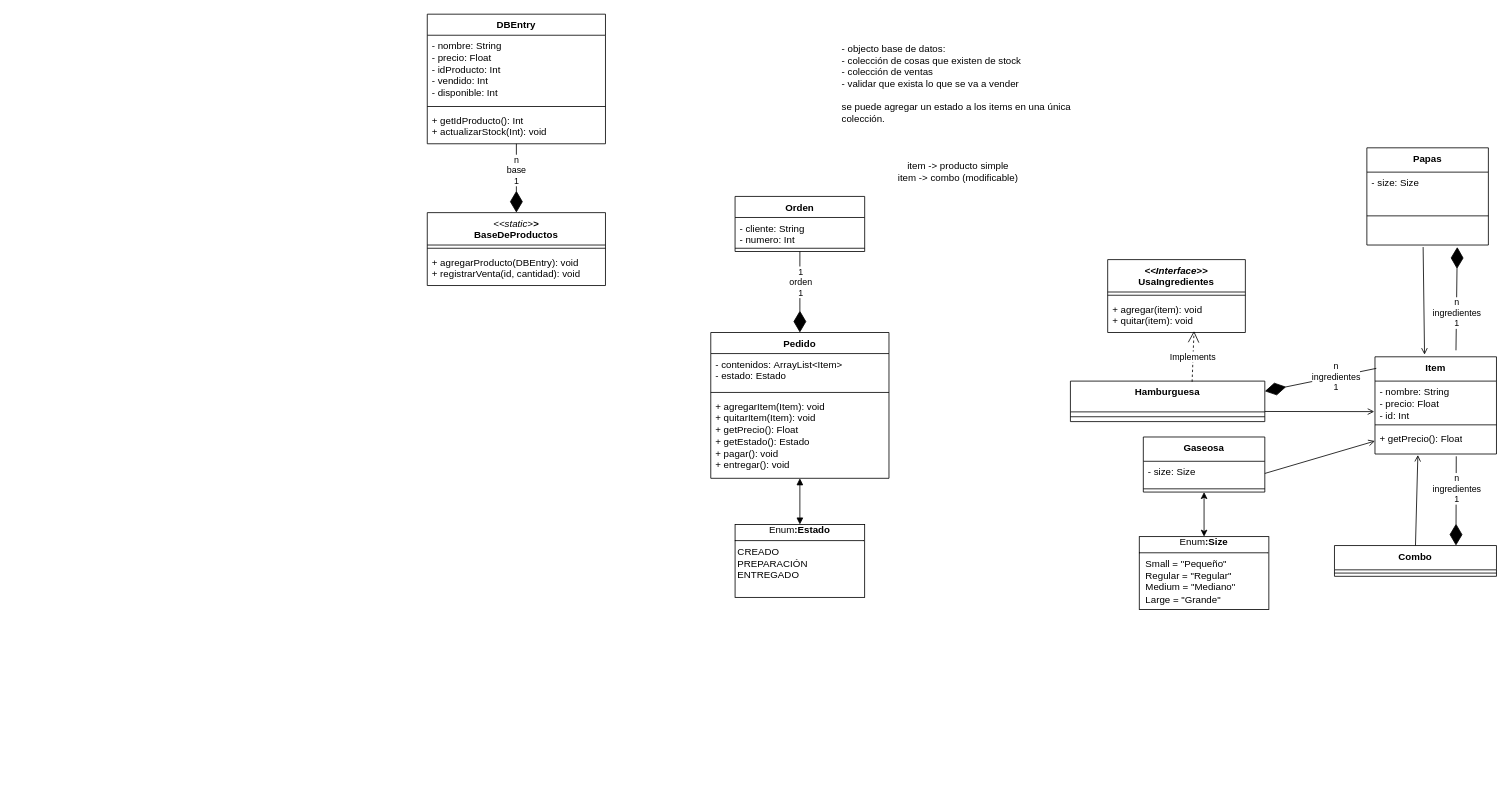
Earlier version of the draw.io diagram uml.drawio (Zasa-san/inspt-programacion2). Source tidied: cells renumbered, new cells numbered last; positions are measured from the earlier drawing's top-left corner, leaving out a move shared by most shapes. Both pictures are drawn from the tidied source at 81%, with x=0, y=0 at pixel (427, 14).
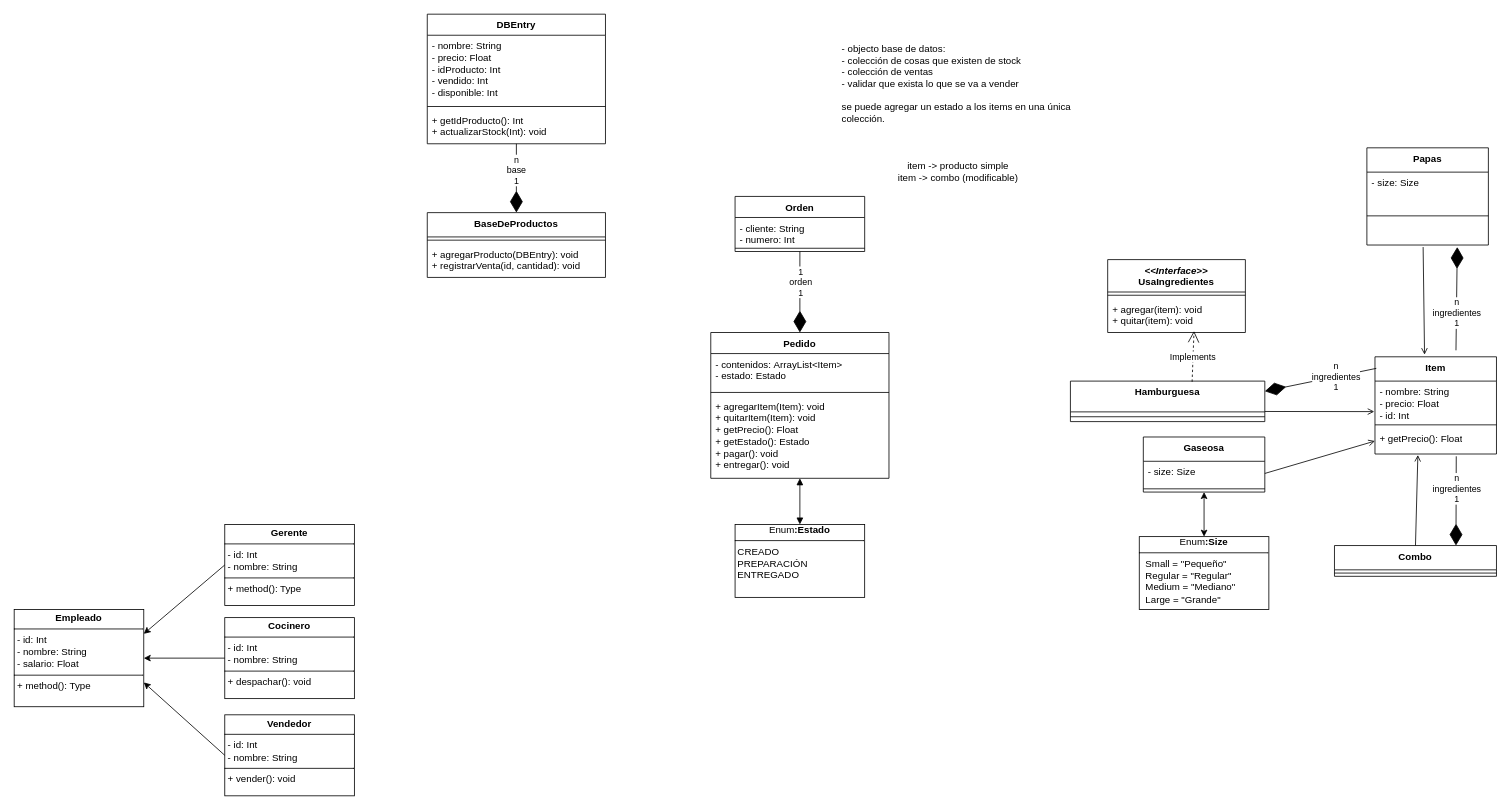
Above is the later version.

Diff of the diagram source:
```diff
@@
-    <mxCell id="46" value="&lt;div&gt;&lt;i&gt;&lt;span style=&quot;font-weight: normal;&quot;&gt;&amp;lt;&amp;lt;static&amp;gt;&lt;/span&gt;&amp;gt;&lt;/i&gt;&lt;/div&gt;&lt;div&gt;BaseDeProductos&lt;/div&gt;" style="swimlane;fontStyle=1;align=center;verticalAlign=top;horizontal=1;startSize=40;whiteSpace=wrap;html=1;" parent="1" vertex="1">
-      <mxGeometry y="245" width="220" height="90" as="geometry" />
+    <mxCell id="46" value="&lt;div&gt;BaseDeProductos&lt;/div&gt;" style="swimlane;fontStyle=1;align=center;verticalAlign=top;horizontal=1;startSize=30;whiteSpace=wrap;html=1;" parent="1" vertex="1">
+      <mxGeometry y="245" width="220" height="80" as="geometry" />
     </mxCell>
     <mxCell id="47" style="line;strokeWidth=1;fillColor=none;align=left;verticalAlign=middle;spacingTop=-1;spacingLeft=3;spacingRight=3;labelPosition=right;strokeColor=inherit;" parent="46" vertex="1">
-      <mxGeometry y="40" width="220" height="8" as="geometry" />
+      <mxGeometry y="30" width="220" height="8" as="geometry" />
     </mxCell>
     <mxCell id="48" value="&lt;div&gt;+ agregarProducto(DBEntry): void&lt;/div&gt;&lt;div&gt;+ registrarVenta(id, cantidad): void&lt;/div&gt;" style="text;strokeColor=none;fillColor=none;align=left;verticalAlign=top;spacingLeft=4;spacingRight=4;overflow=hidden;whiteSpace=wrap;html=1;" parent="46" vertex="1">
-      <mxGeometry y="48" width="220" height="42" as="geometry" />
+      <mxGeometry y="38" width="220" height="42" as="geometry" />
     </mxCell>
@@
+    <mxCell id="54" value="&lt;p style=&quot;margin:0px;margin-top:4px;text-align:center;&quot;&gt;Gerente&lt;/p&gt;&lt;hr style=&quot;border-style:solid;&quot; size=&quot;1&quot;&gt;&lt;p style=&quot;margin:0px;margin-left:4px;&quot;&gt;&lt;span style=&quot;font-weight: normal;&quot;&gt;- id: Int&lt;/span&gt;&lt;/p&gt;&lt;p style=&quot;margin:0px;margin-left:4px;&quot;&gt;&lt;span style=&quot;font-weight: normal;&quot;&gt;- nombre: String&lt;/span&gt;&lt;/p&gt;&lt;hr style=&quot;border-style:solid;&quot; size=&quot;1&quot;&gt;&lt;p style=&quot;margin:0px;margin-left:4px;&quot;&gt;&lt;span style=&quot;font-weight: normal;&quot;&gt;+ method(): Type&lt;/span&gt;&lt;/p&gt;" style="verticalAlign=top;align=left;overflow=fill;html=1;whiteSpace=wrap;fontStyle=1;" parent="1" vertex="1">
+      <mxGeometry x="-250" y="630" width="160" height="100" as="geometry" />
+    </mxCell>
+    <mxCell id="55" value="&lt;p style=&quot;margin:0px;margin-top:4px;text-align:center;&quot;&gt;&lt;b&gt;Empleado&lt;/b&gt;&lt;/p&gt;&lt;hr size=&quot;1&quot; style=&quot;border-style:solid;&quot;&gt;&lt;p style=&quot;margin:0px;margin-left:4px;&quot;&gt;- id: Int&lt;/p&gt;&lt;p style=&quot;margin:0px;margin-left:4px;&quot;&gt;- nombre: String&lt;/p&gt;&lt;p style=&quot;margin:0px;margin-left:4px;&quot;&gt;- salario: Float&lt;/p&gt;&lt;hr size=&quot;1&quot; style=&quot;border-style:solid;&quot;&gt;&lt;p style=&quot;margin:0px;margin-left:4px;&quot;&gt;+ method(): Type&lt;/p&gt;" style="verticalAlign=top;align=left;overflow=fill;html=1;whiteSpace=wrap;" parent="1" vertex="1">
+      <mxGeometry x="-510" y="735" width="160" height="120" as="geometry" />
+    </mxCell>
+    <mxCell id="56" value="&lt;p style=&quot;margin:0px;margin-top:4px;text-align:center;&quot;&gt;&lt;b&gt;Cocinero&lt;/b&gt;&lt;/p&gt;&lt;hr size=&quot;1&quot; style=&quot;border-style:solid;&quot;&gt;&lt;p style=&quot;margin:0px;margin-left:4px;&quot;&gt;- id: Int&lt;/p&gt;&lt;p style=&quot;margin:0px;margin-left:4px;&quot;&gt;- nombre: String&lt;/p&gt;&lt;hr size=&quot;1&quot; style=&quot;border-style:solid;&quot;&gt;&lt;p style=&quot;margin:0px;margin-left:4px;&quot;&gt;+ despachar(): void&lt;/p&gt;" style="verticalAlign=top;align=left;overflow=fill;html=1;whiteSpace=wrap;" parent="1" vertex="1">
+      <mxGeometry x="-250" y="745" width="160" height="100" as="geometry" />
+    </mxCell>
+    <mxCell id="57" value="&lt;p style=&quot;margin:0px;margin-top:4px;text-align:center;&quot;&gt;&lt;b&gt;Vendedor&lt;/b&gt;&lt;/p&gt;&lt;hr size=&quot;1&quot; style=&quot;border-style:solid;&quot;&gt;&lt;p style=&quot;margin:0px;margin-left:4px;&quot;&gt;- id: Int&lt;/p&gt;&lt;p style=&quot;margin:0px;margin-left:4px;&quot;&gt;- nombre: String&lt;/p&gt;&lt;hr size=&quot;1&quot; style=&quot;border-style:solid;&quot;&gt;&lt;p style=&quot;margin:0px;margin-left:4px;&quot;&gt;+ vender(): void&lt;/p&gt;" style="verticalAlign=top;align=left;overflow=fill;html=1;whiteSpace=wrap;" parent="1" vertex="1">
+      <mxGeometry x="-250" y="865" width="160" height="100" as="geometry" />
+    </mxCell>
+    <mxCell id="58" style="endArrow=classic;html=1;rounded=0;exitX=0;exitY=0.5;exitDx=0;exitDy=0;entryX=1;entryY=0.25;entryDx=0;entryDy=0;" parent="1" edge="1" source="54" target="55">
+      <mxGeometry relative="1" as="geometry" />
+    </mxCell>
+    <mxCell id="59" style="endArrow=classic;html=1;rounded=0;exitX=0;exitY=0.5;exitDx=0;exitDy=0;entryX=1;entryY=0.5;entryDx=0;entryDy=0;" parent="1" edge="1" source="56" target="55">
+      <mxGeometry relative="1" as="geometry" />
+    </mxCell>
+    <mxCell id="60" style="endArrow=classic;html=1;rounded=0;exitX=0;exitY=0.5;exitDx=0;exitDy=0;entryX=1;entryY=0.75;entryDx=0;entryDy=0;" parent="1" edge="1" source="57" target="55">
+      <mxGeometry relative="1" as="geometry" />
+    </mxCell>
```
